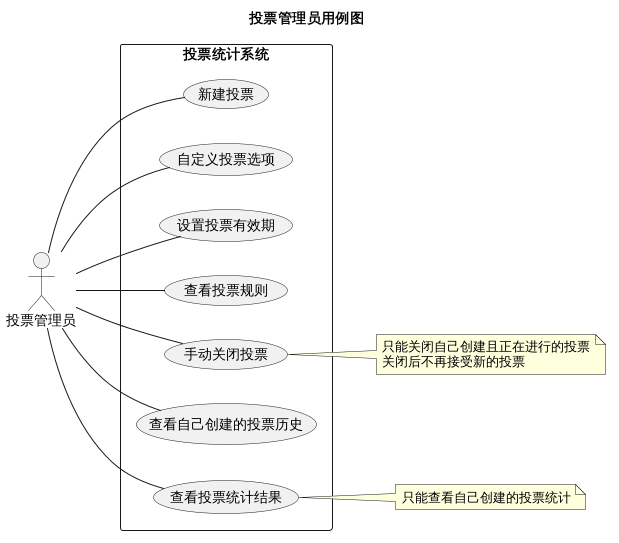
xuchangzhen/Vot_Statistics_Sys keeps this PlantUML diagram as 第二次大作业/UML/投票管理员用例图.png. Above is the earlier version.
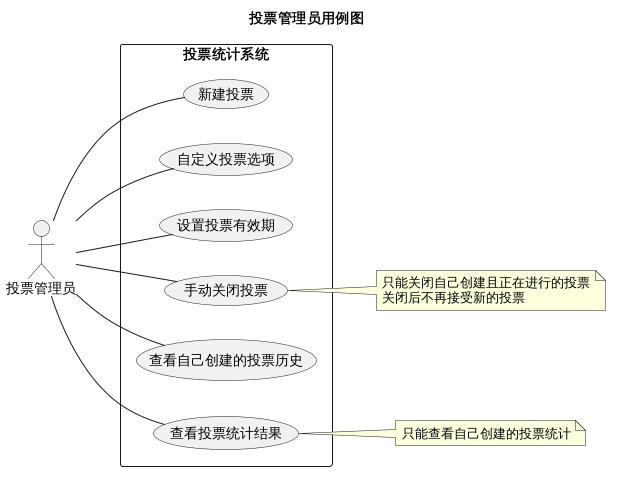
The same diagram one commit later.

What changed in the source:
```diff
@@ -11,7 +11,6 @@
     usecase "新建投票" as UC1
     usecase "自定义投票选项" as UC2
     usecase "设置投票有效期" as UC3
-    usecase "查看投票规则" as UC4
     usecase "手动关闭投票" as UC5
     usecase "查看自己创建的投票历史" as UC6
     usecase "查看投票统计结果" as UC7
@@ -20,7 +19,6 @@
 Manager -- UC1
 Manager -- UC2
 Manager -- UC3
-Manager -- UC4
 Manager -- UC5
 Manager -- UC6
 Manager -- UC7
```
